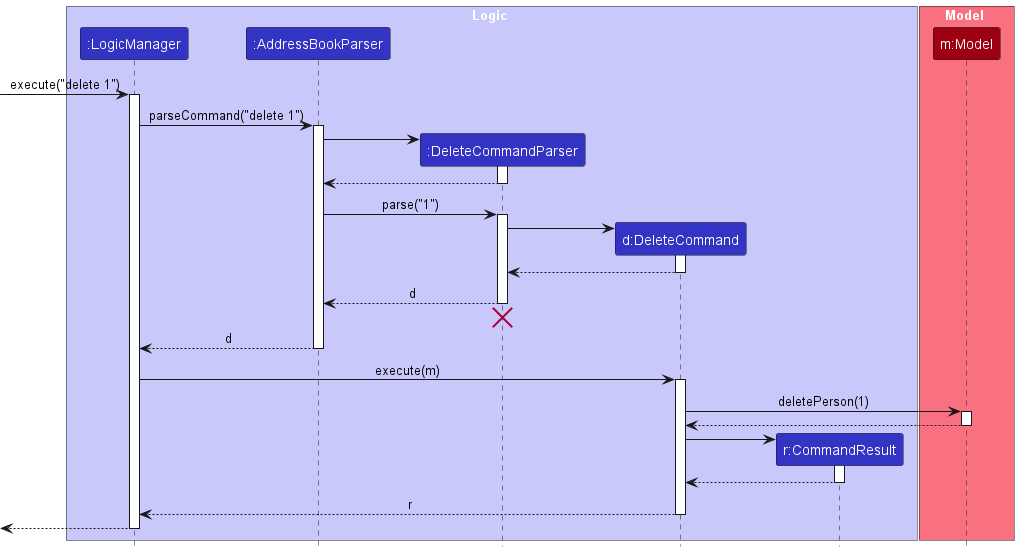
Above: docs/images/DeleteSequenceDiagram.png in nus-cs2103-AY2425S1/tp (PlantUML), before the change.
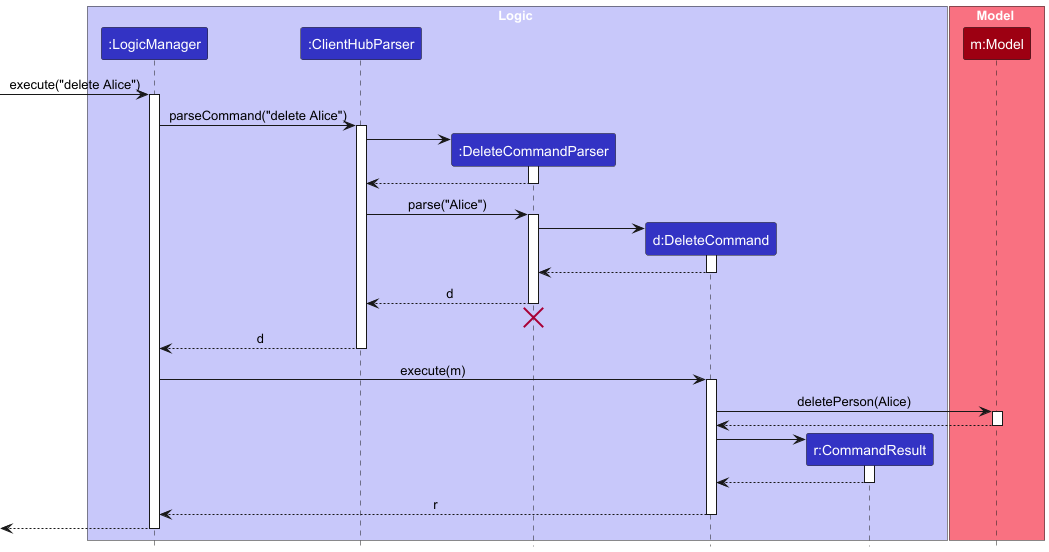
After the commit.

Commit message:
Update user guide and developer guide Update DeleteSequenceDiagram Update UndoSequenceDiagram-Logic Update UndoSequenceDiagram-Model Update FindCommand and FindNameCommand in the UG

The edit, as a diff of the source:
```diff
@@ -4,7 +4,7 @@
 
 box Logic LOGIC_COLOR_T1
 participant ":LogicManager" as LogicManager LOGIC_COLOR
-participant ":AddressBookParser" as AddressBookParser LOGIC_COLOR
+participant ":ClientHubParser" as AddressBookParser LOGIC_COLOR
 participant ":DeleteCommandParser" as DeleteCommandParser LOGIC_COLOR
 participant "d:DeleteCommand" as DeleteCommand LOGIC_COLOR
 participant "r:CommandResult" as CommandResult LOGIC_COLOR
@@ -14,10 +14,10 @@
 participant "m:Model" as Model MODEL_COLOR
 end box
 
-[-> LogicManager : execute("delete 1")
+[-> LogicManager : execute("delete Alice")
 activate LogicManager
 
-LogicManager -> AddressBookParser : parseCommand("delete 1")
+LogicManager -> AddressBookParser : parseCommand("delete Alice")
 activate AddressBookParser
 
 create DeleteCommandParser
@@ -27,7 +27,7 @@
 DeleteCommandParser --> AddressBookParser
 deactivate DeleteCommandParser
 
-AddressBookParser -> DeleteCommandParser : parse("1")
+AddressBookParser -> DeleteCommandParser : parse("Alice")
 activate DeleteCommandParser
 
 create DeleteCommand
@@ -48,7 +48,7 @@
 LogicManager -> DeleteCommand : execute(m)
 activate DeleteCommand
 
-DeleteCommand -> Model : deletePerson(1)
+DeleteCommand -> Model : deletePerson(Alice)
 activate Model
 
 Model --> DeleteCommand
```
